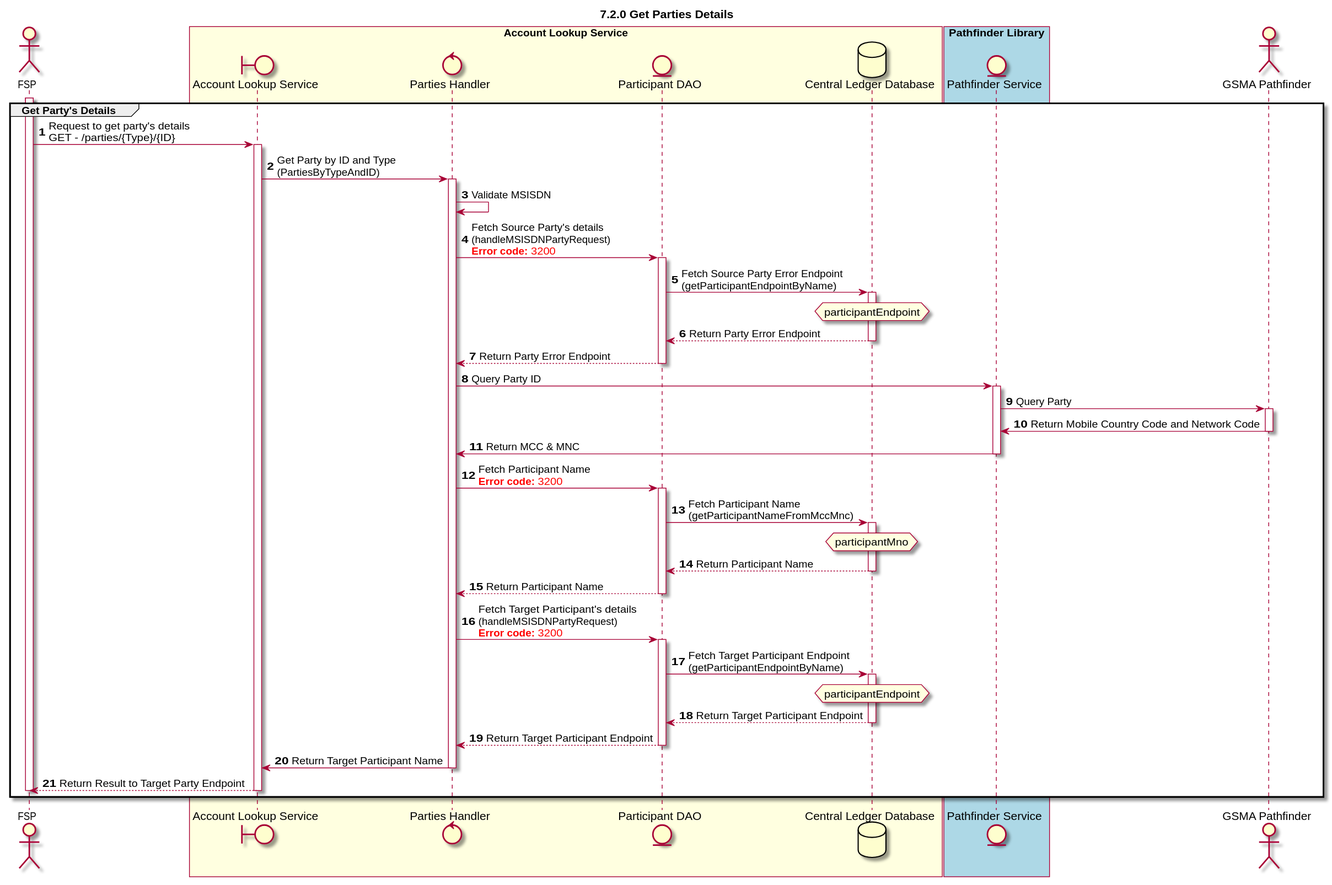
Above: Diagrams/SequenceDiagrams/seq-acct-lookup-get-parties-7.2.0.svg in ggrg/docs (PlantUML), before the change. Its diagram source:
```plantuml
@startuml
title 7.2.0 Get Parties Details

autonumber

actor "FSP" as FSP
boundary "Account Lookup Service" as ALS
control "Parties Handler" as PARTIES_HANDLER
entity "Account Lookup Service API" as ALS
entity "Participant DAO" as PARTICIPANT_DAO
database "Central Ledger Database" as DB
entity "Pathfinder Service" as PATHFINDER_SERVICE
actor "GSMA Pathfinder" as PATHFINDER

box "Account Lookup Service" #LightYellow
participant ALS
participant PARTIES_HANDLER
participant PARTICIPANT_DAO
participant DB
end box

box "Pathfinder Library" #LightBlue
participant PATHFINDER_SERVICE
end box

participant PATHFINDER


activate FSP
group Get Party's Details
    FSP -> ALS: Request to get party's details \nGET - /parties/{Type}/{ID}
    activate ALS
    ALS -> PARTIES_HANDLER: Get Party by ID and Type \n(PartiesByTypeAndID)
    activate PARTIES_HANDLER
    PARTIES_HANDLER ->PARTIES_HANDLER: Validate MSISDN
    PARTIES_HANDLER ->PARTICIPANT_DAO: Fetch Source Party's details \n(handleMSISDNPartyRequest)\n<color #FF0000><b>Error code:</b> 3200</color>
    activate PARTICIPANT_DAO
    PARTICIPANT_DAO -> DB: Fetch Source Party Error Endpoint \n(getParticipantEndpointByName)
    activate DB
    hnote over DB #lightyellow
        participantEndpoint
    end note
    DB --> PARTICIPANT_DAO: Return Party Error Endpoint
    deactivate DB
    PARTICIPANT_DAO --> PARTIES_HANDLER: Return Party Error Endpoint
    deactivate PARTICIPANT_DAO
    PARTIES_HANDLER -> PATHFINDER_SERVICE: Query Party ID
    activate PATHFINDER_SERVICE
    PATHFINDER_SERVICE -> PATHFINDER: Query Party
    activate PATHFINDER
    PATHFINDER -> PATHFINDER_SERVICE: Return Mobile Country Code and Network Code
    deactivate PATHFINDER
    PATHFINDER_SERVICE -> PARTIES_HANDLER: Return MCC & MNC
    deactivate PATHFINDER_SERVICE
    PARTIES_HANDLER ->PARTICIPANT_DAO: Fetch Participant Name\n<color #FF0000><b>Error code:</b> 3200</color>
    activate PARTICIPANT_DAO
    PARTICIPANT_DAO -> DB: Fetch Participant Name \n(getParticipantNameFromMccMnc)
    activate DB
    hnote over DB #lightyellow
        participantMno
    end note
    DB --> PARTICIPANT_DAO: Return Participant Name
    deactivate DB
    PARTICIPANT_DAO --> PARTIES_HANDLER: Return Participant Name
    deactivate PARTICIPANT_DAO
    PARTIES_HANDLER ->PARTICIPANT_DAO: Fetch Target Participant's details \n(handleMSISDNPartyRequest)\n<color #FF0000><b>Error code:</b> 3200</color>
    activate PARTICIPANT_DAO
    PARTICIPANT_DAO -> DB: Fetch Target Participant Endpoint \n(getParticipantEndpointByName)
    activate DB
    hnote over DB #lightyellow
        participantEndpoint
    end note
    DB --> PARTICIPANT_DAO: Return Target Participant Endpoint
    deactivate DB
    PARTICIPANT_DAO --> PARTIES_HANDLER: Return Target Participant Endpoint
    deactivate PARTICIPANT_DAO
    PARTIES_HANDLER -> ALS: Return Target Participant Name
    deactivate PARTIES_HANDLER
    ALS -->FSP: Return Result to Target Party Endpoint
    deactivate ALS
    deactivate FSP
end
@enduml
```
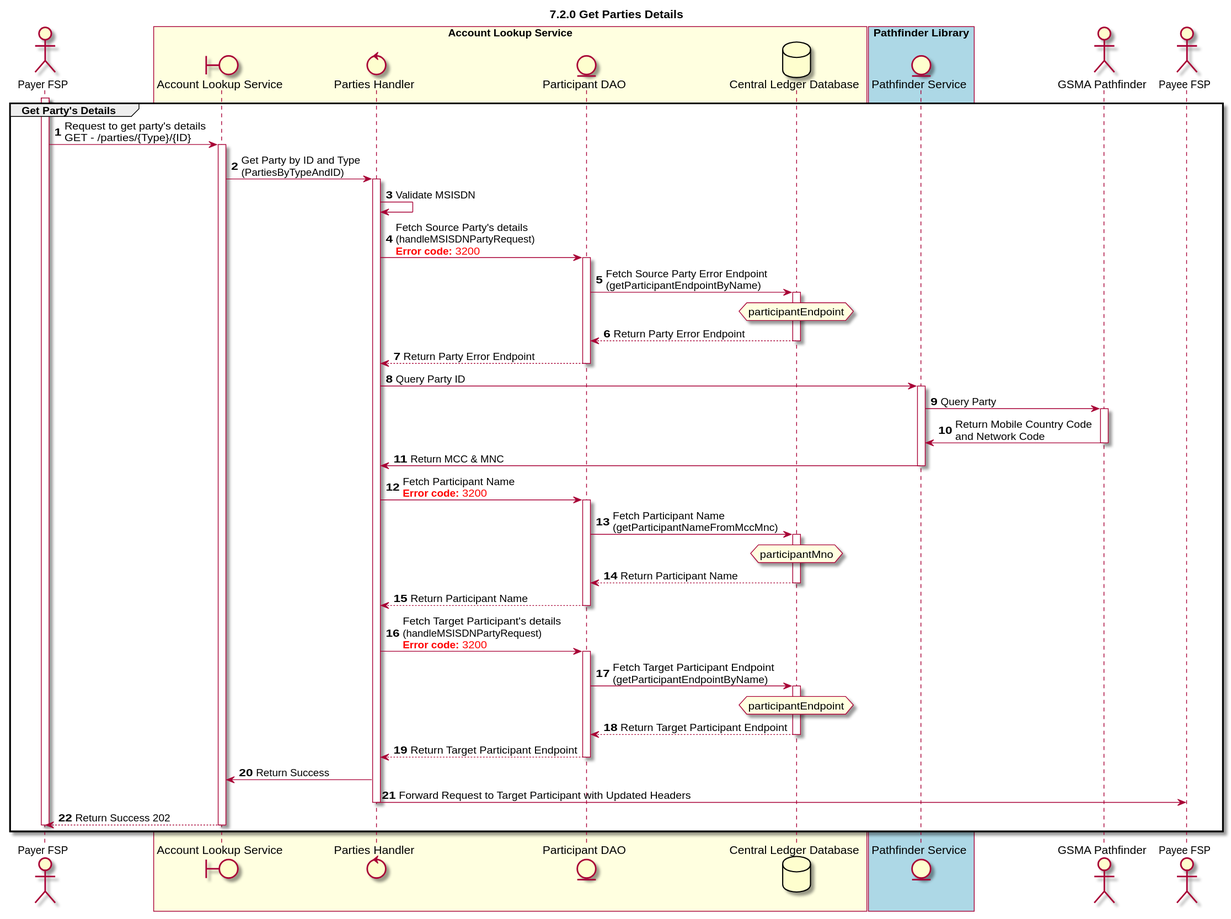
After the change.

Change to the diagram source:
```diff
@@ -3,7 +3,7 @@
 
 autonumber
 
-actor "FSP" as FSP
+actor "Payer FSP" as PAYER_FSP
 boundary "Account Lookup Service" as ALS
 control "Parties Handler" as PARTIES_HANDLER
 entity "Account Lookup Service API" as ALS
@@ -11,6 +11,7 @@
 database "Central Ledger Database" as DB
 entity "Pathfinder Service" as PATHFINDER_SERVICE
 actor "GSMA Pathfinder" as PATHFINDER
+actor "Payee FSP" as PAYEE_FSP
 
 box "Account Lookup Service" #LightYellow
 participant ALS
@@ -24,11 +25,12 @@
 end box
 
 participant PATHFINDER
+participant PAYEE_FSP
 
 
-activate FSP
+activate PAYER_FSP
 group Get Party's Details
-    FSP -> ALS: Request to get party's details \nGET - /parties/{Type}/{ID}
+    PAYER_FSP -> ALS: Request to get party's details \nGET - /parties/{Type}/{ID}
     activate ALS
     ALS -> PARTIES_HANDLER: Get Party by ID and Type \n(PartiesByTypeAndID)
     activate PARTIES_HANDLER
@@ -48,7 +50,7 @@
     activate PATHFINDER_SERVICE
     PATHFINDER_SERVICE -> PATHFINDER: Query Party
     activate PATHFINDER
-    PATHFINDER -> PATHFINDER_SERVICE: Return Mobile Country Code and Network Code
+    PATHFINDER -> PATHFINDER_SERVICE: Return Mobile Country Code \nand Network Code
     deactivate PATHFINDER
     PATHFINDER_SERVICE -> PARTIES_HANDLER: Return MCC & MNC
     deactivate PATHFINDER_SERVICE
@@ -74,10 +76,11 @@
     deactivate DB
     PARTICIPANT_DAO --> PARTIES_HANDLER: Return Target Participant Endpoint
     deactivate PARTICIPANT_DAO
-    PARTIES_HANDLER -> ALS: Return Target Participant Name
+    PARTIES_HANDLER -> ALS: Return Success
+    PARTIES_HANDLER -> PAYEE_FSP: Forward Request to Target Participant with Updated Headers
     deactivate PARTIES_HANDLER
-    ALS -->FSP: Return Result to Target Party Endpoint
+    ALS -->PAYER_FSP: Return Success 202
     deactivate ALS
-    deactivate FSP
+    deactivate PAYER_FSP
 end
 @enduml
```
